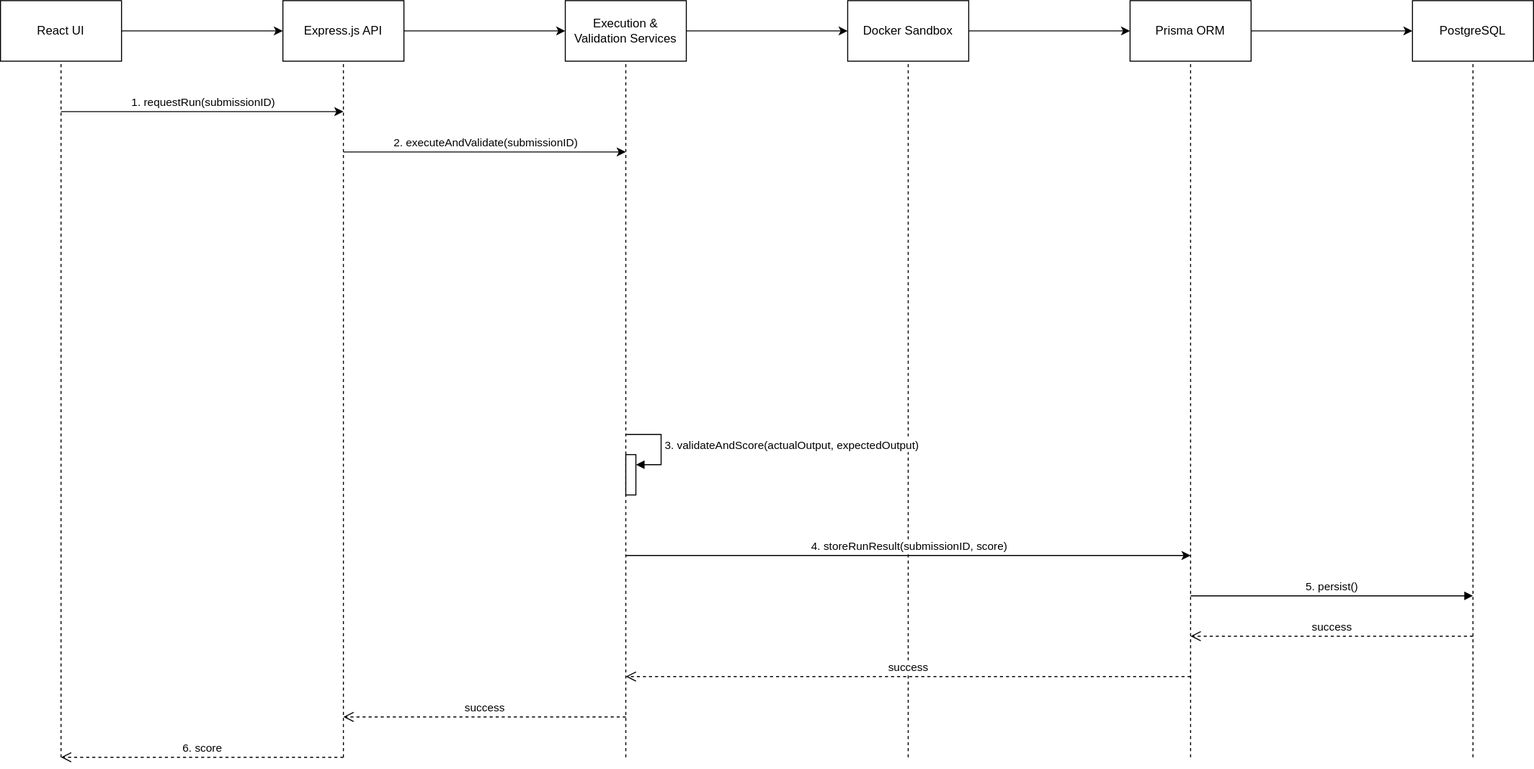
This is designs/MVP-3/FR-6/FR-6-v01-SEQ-ScoreDisplay.svg from asingo01/2026-S-GROUP3-BatchGrade-MVP5, a draw.io export, as it was before one commit. Source tidied: cells renumbered, new cells last; positions are measured from the earlier drawing's top-left corner, leaving out a move shared by most shapes.
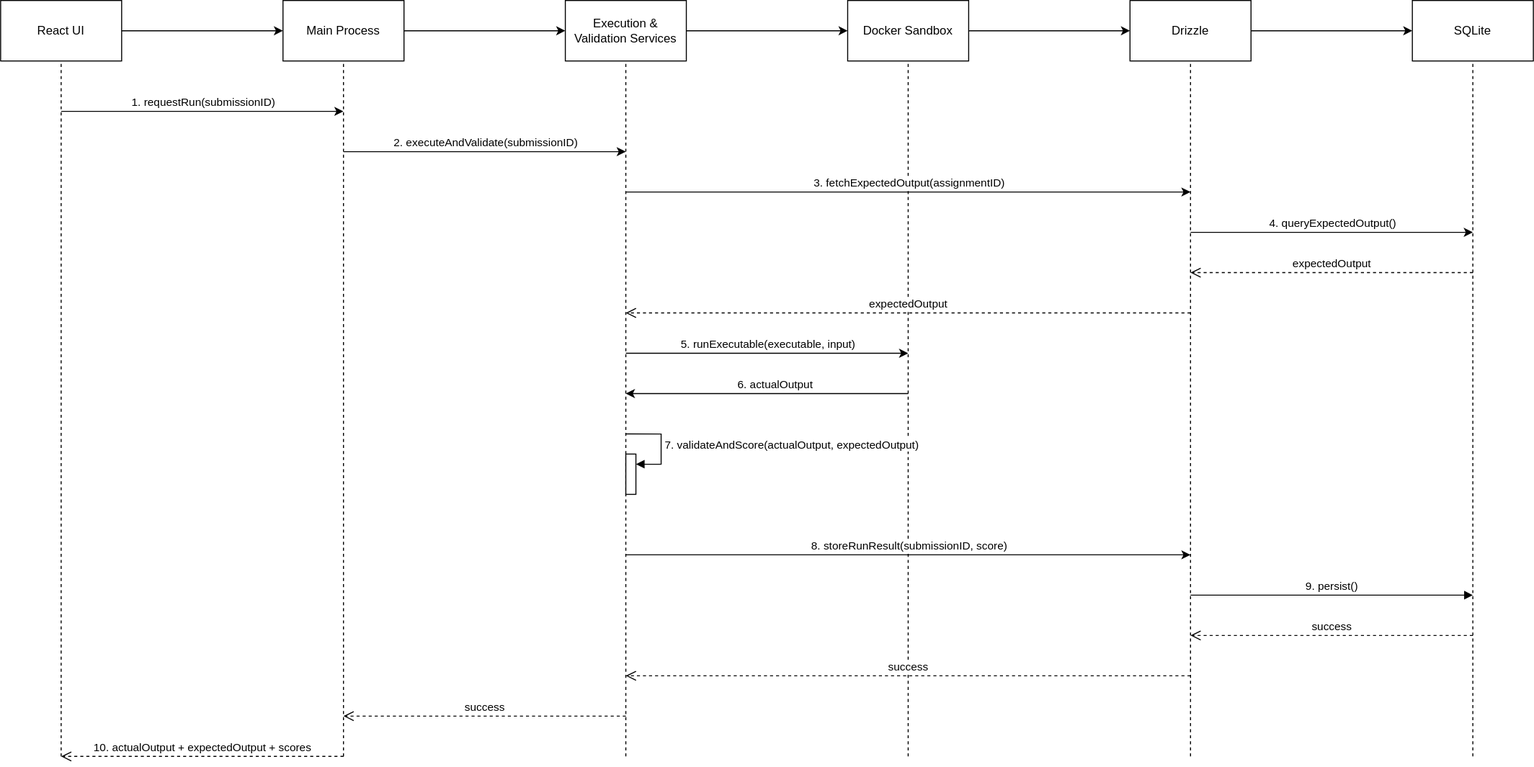
Above is the later version.

Commit message:
Addresses reviewer comments: changed all references to Express.js, PostgreSQL, Prisma ORM to Main Process, SQLite, Drizzle respectively.

Diff of the diagram source:
```diff
@@ -11,7 +11,7 @@
     <mxCell id="4" style="edgeStyle=orthogonalEdgeStyle;rounded=0;jettySize=auto;html=1;exitX=1;exitY=0.5;exitDx=0;exitDy=0;entryX=0;entryY=0.5;entryDx=0;entryDy=0;" parent="1" edge="1" source="5" target="7">
       <mxGeometry relative="1" as="geometry" />
     </mxCell>
-    <mxCell id="5" value="Express.js API" style="rounded=0;whiteSpace=wrap;html=1;" parent="1" vertex="1">
+    <mxCell id="5" value="Main Process" style="rounded=0;whiteSpace=wrap;html=1;" parent="1" vertex="1">
       <mxGeometry x="280" width="120" height="60" as="geometry" />
     </mxCell>
     <mxCell id="6" style="edgeStyle=orthogonalEdgeStyle;rounded=0;jettySize=auto;html=1;exitX=1;exitY=0.5;exitDx=0;exitDy=0;entryX=0;entryY=0.5;entryDx=0;entryDy=0;" parent="1" edge="1" source="7" target="9">
@@ -29,7 +29,7 @@
     <mxCell id="10" style="edgeStyle=orthogonalEdgeStyle;rounded=0;jettySize=auto;html=1;exitX=1;exitY=0.5;exitDx=0;exitDy=0;entryX=0;entryY=0.5;entryDx=0;entryDy=0;" parent="1" edge="1" source="11" target="21">
       <mxGeometry relative="1" as="geometry" />
     </mxCell>
-    <mxCell id="11" value="Prisma ORM" style="rounded=0;whiteSpace=wrap;html=1;" parent="1" vertex="1">
+    <mxCell id="11" value="Drizzle" style="rounded=0;whiteSpace=wrap;html=1;" parent="1" vertex="1">
       <mxGeometry x="1120" width="120" height="60" as="geometry" />
     </mxCell>
     <mxCell id="12" style="endArrow=none;dashed=1;html=1;rounded=0;entryX=0.5;entryY=1;entryDx=0;entryDy=0;" parent="1" edge="1" target="3">
@@ -79,7 +79,7 @@
         <mxPoint y="-10" as="offset" />
       </mxGeometry>
     </mxCell>
-    <mxCell id="21" value="PostgreSQL" style="rounded=0;whiteSpace=wrap;html=1;" parent="1" vertex="1">
+    <mxCell id="21" value="SQLite" style="rounded=0;whiteSpace=wrap;html=1;" parent="1" vertex="1">
       <mxGeometry x="1400" width="120" height="60" as="geometry" />
     </mxCell>
     <mxCell id="22" style="endArrow=none;dashed=1;html=1;rounded=0;entryX=0.5;entryY=1;entryDx=0;entryDy=0;" parent="1" edge="1" target="21">
@@ -93,12 +93,12 @@
         <mxPoint x="1180" y="550" as="targetPoint" />
       </mxGeometry>
     </mxCell>
-    <mxCell id="24" value="4. storeRunResult(submissionID, score)" style="edgeLabel;html=1;align=center;verticalAlign=middle;" parent="23" vertex="1">
+    <mxCell id="24" value="8. storeRunResult(submissionID, score)" style="edgeLabel;html=1;align=center;verticalAlign=middle;" parent="23" vertex="1">
       <mxGeometry relative="1" as="geometry">
         <mxPoint y="-10" as="offset" />
       </mxGeometry>
     </mxCell>
-    <mxCell id="25" value="5. persist()" style="html=1;verticalAlign=bottom;endArrow=block;curved=0;rounded=0;" parent="1" edge="1">
+    <mxCell id="25" value="9. persist()" style="html=1;verticalAlign=bottom;endArrow=block;curved=0;rounded=0;" parent="1" edge="1">
       <mxGeometry relative="1" as="geometry">
         <mxPoint x="1180" y="590" as="sourcePoint" />
         <mxPoint x="1460" y="590" as="targetPoint" />
@@ -122,7 +122,7 @@
         <mxPoint x="340" y="710" as="targetPoint" />
       </mxGeometry>
     </mxCell>
-    <mxCell id="29" value="6. score" style="html=1;verticalAlign=bottom;endArrow=open;dashed=1;endSize=8;curved=0;rounded=0;" parent="1" edge="1">
+    <mxCell id="29" value="10. actualOutput + expectedOutput + scores" style="html=1;verticalAlign=bottom;endArrow=open;dashed=1;endSize=8;curved=0;rounded=0;" parent="1" edge="1">
       <mxGeometry relative="1" as="geometry">
         <mxPoint x="340" y="750" as="sourcePoint" />
         <mxPoint x="60" y="750" as="targetPoint" />
@@ -131,7 +131,7 @@
     <mxCell id="30" style="html=1;points=[[0,0,0,0,5],[0,1,0,0,-5],[1,0,0,0,5],[1,1,0,0,-5]];perimeter=orthogonalPerimeter;outlineConnect=0;targetShapes=umlLifeline;portConstraint=eastwest;newEdgeStyle={&quot;curved&quot;:0,&quot;rounded&quot;:0};" parent="1" vertex="1">
       <mxGeometry x="620" y="450" width="10" height="40" as="geometry" />
     </mxCell>
-    <mxCell id="31" value="3. validateAndScore(actualOutput, expectedOutput)" style="html=1;align=left;spacingLeft=2;endArrow=block;rounded=0;edgeStyle=orthogonalEdgeStyle;curved=0;rounded=0;" parent="1" edge="1" target="30">
+    <mxCell id="31" value="7. validateAndScore(actualOutput, expectedOutput)" style="html=1;align=left;spacingLeft=2;endArrow=block;rounded=0;edgeStyle=orthogonalEdgeStyle;curved=0;rounded=0;" parent="1" edge="1" target="30">
       <mxGeometry x="0.02" relative="1" as="geometry">
         <mxPoint x="620" y="430" as="sourcePoint" />
         <Array as="points">
@@ -139,5 +139,64 @@
         </Array>
       </mxGeometry>
     </mxCell>
+    <mxCell id="32" style="endArrow=classic;html=1;rounded=0;" parent="1" edge="1">
+      <mxGeometry relative="1" as="geometry">
+        <mxPoint x="620" y="190" as="sourcePoint" />
+        <mxPoint x="1180" y="190" as="targetPoint" />
+      </mxGeometry>
+    </mxCell>
+    <mxCell id="33" value="3. fetchExpectedOutput(assignmentID)" style="edgeLabel;html=1;align=center;verticalAlign=middle;" parent="32" vertex="1">
+      <mxGeometry relative="1" as="geometry">
+        <mxPoint y="-10" as="offset" />
+      </mxGeometry>
+    </mxCell>
+    <mxCell id="34" style="endArrow=classic;html=1;rounded=0;" parent="1" edge="1">
+      <mxGeometry relative="1" as="geometry">
+        <mxPoint x="1180" y="230" as="sourcePoint" />
+        <mxPoint x="1460" y="230" as="targetPoint" />
+        <Array as="points">
+          <mxPoint x="1330" y="230" />
+        </Array>
+      </mxGeometry>
+    </mxCell>
+    <mxCell id="35" value="4. queryExpectedOutput()" style="edgeLabel;html=1;align=center;verticalAlign=middle;" parent="34" vertex="1">
+      <mxGeometry relative="1" as="geometry">
+        <mxPoint y="-10" as="offset" />
+      </mxGeometry>
+    </mxCell>
+    <mxCell id="36" value="expectedOutput" style="html=1;verticalAlign=bottom;endArrow=open;dashed=1;endSize=8;curved=0;rounded=0;" parent="1" edge="1">
+      <mxGeometry relative="1" as="geometry">
+        <mxPoint x="1460" y="270" as="sourcePoint" />
+        <mxPoint x="1180" y="270" as="targetPoint" />
+      </mxGeometry>
+    </mxCell>
+    <mxCell id="37" value="expectedOutput" style="html=1;verticalAlign=bottom;endArrow=open;dashed=1;endSize=8;curved=0;rounded=0;" parent="1" edge="1">
+      <mxGeometry relative="1" as="geometry">
+        <mxPoint x="1180" y="310" as="sourcePoint" />
+        <mxPoint x="620" y="310" as="targetPoint" />
+      </mxGeometry>
+    </mxCell>
+    <mxCell id="38" style="endArrow=classic;html=1;rounded=0;" parent="1" edge="1">
+      <mxGeometry relative="1" as="geometry">
+        <mxPoint x="620" y="350" as="sourcePoint" />
+        <mxPoint x="900" y="350" as="targetPoint" />
+      </mxGeometry>
+    </mxCell>
+    <mxCell id="39" value="5. runExecutable(executable, input)" style="edgeLabel;html=1;align=center;verticalAlign=middle;" parent="38" vertex="1">
+      <mxGeometry relative="1" as="geometry">
+        <mxPoint y="-10" as="offset" />
+      </mxGeometry>
+    </mxCell>
+    <mxCell id="40" style="endArrow=classic;html=1;rounded=0;" parent="1" edge="1">
+      <mxGeometry relative="1" as="geometry">
+        <mxPoint x="900" y="390" as="sourcePoint" />
+        <mxPoint x="620" y="390" as="targetPoint" />
+      </mxGeometry>
+    </mxCell>
+    <mxCell id="41" value="6. actualOutput" style="edgeLabel;html=1;align=center;verticalAlign=middle;" parent="40" vertex="1">
+      <mxGeometry x="-0.21" y="6" relative="1" as="geometry">
+        <mxPoint x="-24" y="-16" as="offset" />
+      </mxGeometry>
+    </mxCell>
   </root>
 </mxGraphModel>
```
